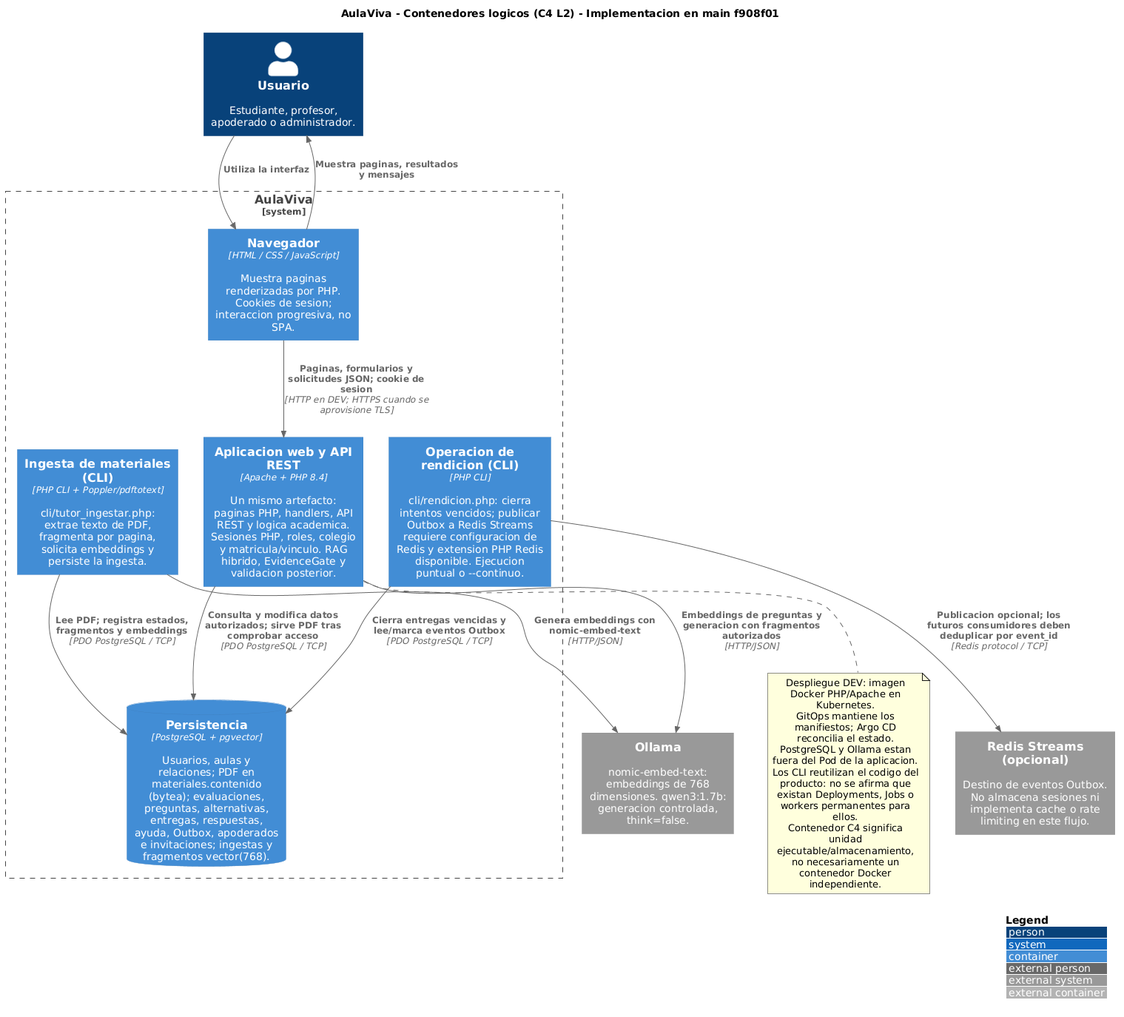
This is docs/c4/l2-container.png from KulkatPOP/Equipo-AulaViva-, a PlantUML export, as it was before one commit. Its diagram source:
```plantuml
@startuml
!include https://raw.githubusercontent.com/plantuml-stdlib/C4-PlantUML/master/C4_Container.puml

LAYOUT_WITH_LEGEND()

title AulaViva - Contenedores logicos (C4 L2) - Implementacion en main f908f01

Person(usuario, "Usuario", "Estudiante, profesor, apoderado o administrador.")
System_Ext(ollama, "Ollama", "nomic-embed-text: embeddings de 768 dimensiones. qwen3:1.7b: generacion controlada, think=false.")
System_Ext(redis, "Redis Streams (opcional)", "Destino de eventos Outbox. No almacena sesiones ni implementa cache o rate limiting en este flujo.")

System_Boundary(producto, "AulaViva") {
    Container(navegador, "Navegador", "HTML / CSS / JavaScript", "Muestra paginas renderizadas por PHP. Cookies de sesion; interaccion progresiva, no SPA.")
    Container(web, "Aplicacion web y API REST", "Apache + PHP 8.4", "Un mismo artefacto: paginas PHP, handlers, API REST y logica academica. Sesiones PHP, roles, colegio y matricula/vinculo. RAG hibrido, EvidenceGate y validacion posterior.")
    Container(ingesta, "Ingesta de materiales (CLI)", "PHP CLI + Poppler/pdftotext", "cli/tutor_ingestar.php: extrae texto de PDF, fragmenta por pagina, solicita embeddings y persiste la ingesta.")
    Container(rendicion, "Operacion de rendicion (CLI)", "PHP CLI", "cli/rendicion.php: cierra intentos vencidos; publicar Outbox a Redis Streams requiere configuracion de Redis y extension PHP Redis disponible. Ejecucion puntual o --continuo.")
    ContainerDb(db, "Persistencia", "PostgreSQL + pgvector", "Usuarios, aulas y relaciones; PDF en materiales.contenido (bytea); evaluaciones, preguntas, alternativas, entregas, respuestas, ayuda, Outbox, apoderados e invitaciones; ingestas y fragmentos vector(768).")
}

Rel(usuario, navegador, "Utiliza la interfaz")
Rel(navegador, usuario, "Muestra paginas, resultados y mensajes")
Rel(navegador, web, "Paginas, formularios y solicitudes JSON; cookie de sesion", "HTTP en DEV; HTTPS cuando se aprovisione TLS")
Rel(web, db, "Consulta y modifica datos autorizados; sirve PDF tras comprobar acceso", "PDO PostgreSQL / TCP")
Rel(web, ollama, "Embeddings de preguntas y generacion con fragmentos autorizados", "HTTP/JSON")
Rel(ingesta, db, "Lee PDF; registra estados, fragmentos y embeddings", "PDO PostgreSQL / TCP")
Rel(ingesta, ollama, "Genera embeddings con nomic-embed-text", "HTTP/JSON")
Rel(rendicion, db, "Cierra entregas vencidas y lee/marca eventos Outbox", "PDO PostgreSQL / TCP")
Rel(rendicion, redis, "Publicacion opcional; los futuros consumidores deben deduplicar por event_id", "Redis protocol / TCP")

note bottom of web
  Despliegue DEV: imagen Docker PHP/Apache en Kubernetes.
  GitOps mantiene los manifiestos; Argo CD reconcilia el estado.
  PostgreSQL y Ollama estan fuera del Pod de la aplicacion.
  Los CLI reutilizan el codigo del producto: no se afirma que
  existan Deployments, Jobs o workers permanentes para ellos.
  Contenedor C4 significa unidad ejecutable/almacenamiento,
  no necesariamente un contenedor Docker independiente.
end note
@enduml
```
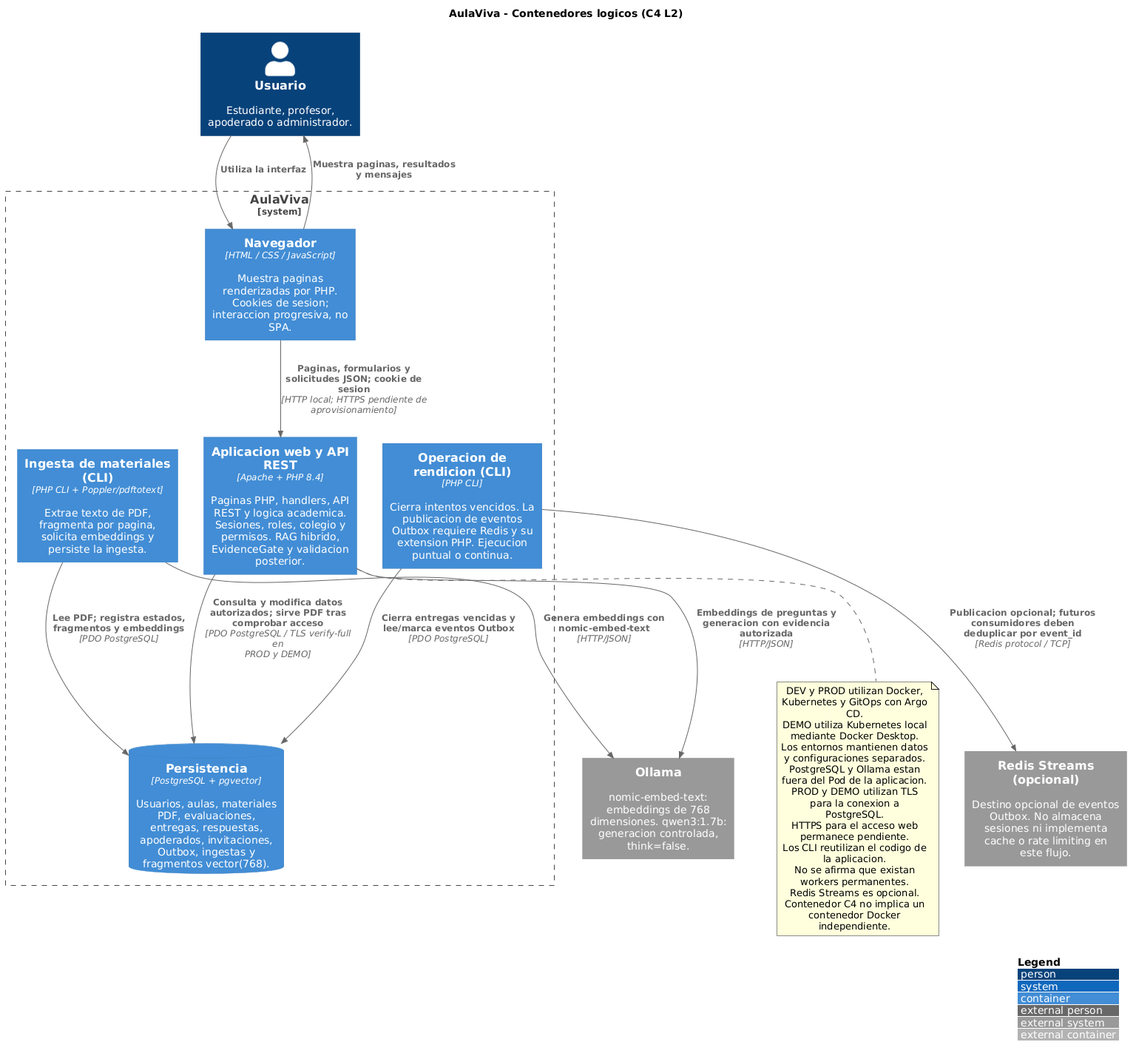
The same file after the commit.

What changed in the source:
```diff
@@ -1,39 +1,58 @@
 @startuml
-!include https://raw.githubusercontent.com/plantuml-stdlib/C4-PlantUML/master/C4_Container.puml
+!include <C4/C4_Container>
 
 LAYOUT_WITH_LEGEND()
 
-title AulaViva - Contenedores logicos (C4 L2) - Implementacion en main f908f01
+title AulaViva - Contenedores logicos (C4 L2)
 
 Person(usuario, "Usuario", "Estudiante, profesor, apoderado o administrador.")
+
 System_Ext(ollama, "Ollama", "nomic-embed-text: embeddings de 768 dimensiones. qwen3:1.7b: generacion controlada, think=false.")
-System_Ext(redis, "Redis Streams (opcional)", "Destino de eventos Outbox. No almacena sesiones ni implementa cache o rate limiting en este flujo.")
+
+System_Ext(redis, "Redis Streams (opcional)", "Destino opcional de eventos Outbox. No almacena sesiones ni implementa cache o rate limiting en este flujo.")
 
 System_Boundary(producto, "AulaViva") {
+
     Container(navegador, "Navegador", "HTML / CSS / JavaScript", "Muestra paginas renderizadas por PHP. Cookies de sesion; interaccion progresiva, no SPA.")
-    Container(web, "Aplicacion web y API REST", "Apache + PHP 8.4", "Un mismo artefacto: paginas PHP, handlers, API REST y logica academica. Sesiones PHP, roles, colegio y matricula/vinculo. RAG hibrido, EvidenceGate y validacion posterior.")
-    Container(ingesta, "Ingesta de materiales (CLI)", "PHP CLI + Poppler/pdftotext", "cli/tutor_ingestar.php: extrae texto de PDF, fragmenta por pagina, solicita embeddings y persiste la ingesta.")
-    Container(rendicion, "Operacion de rendicion (CLI)", "PHP CLI", "cli/rendicion.php: cierra intentos vencidos; publicar Outbox a Redis Streams requiere configuracion de Redis y extension PHP Redis disponible. Ejecucion puntual o --continuo.")
-    ContainerDb(db, "Persistencia", "PostgreSQL + pgvector", "Usuarios, aulas y relaciones; PDF en materiales.contenido (bytea); evaluaciones, preguntas, alternativas, entregas, respuestas, ayuda, Outbox, apoderados e invitaciones; ingestas y fragmentos vector(768).")
+
+    Container(web, "Aplicacion web y API REST", "Apache + PHP 8.4", "Paginas PHP, handlers, API REST y logica academica. Sesiones, roles, colegio y permisos. RAG hibrido, EvidenceGate y validacion posterior.")
+
+    Container(ingesta, "Ingesta de materiales (CLI)", "PHP CLI + Poppler/pdftotext", "Extrae texto de PDF, fragmenta por pagina, solicita embeddings y persiste la ingesta.")
+
+    Container(rendicion, "Operacion de rendicion (CLI)", "PHP CLI", "Cierra intentos vencidos. La publicacion de eventos Outbox requiere Redis y su extension PHP. Ejecucion puntual o continua.")
+
+    ContainerDb(db, "Persistencia", "PostgreSQL + pgvector", "Usuarios, aulas, materiales PDF, evaluaciones, entregas, respuestas, apoderados, invitaciones, Outbox, ingestas y fragmentos vector(768).")
 }
 
 Rel(usuario, navegador, "Utiliza la interfaz")
+
 Rel(navegador, usuario, "Muestra paginas, resultados y mensajes")
-Rel(navegador, web, "Paginas, formularios y solicitudes JSON; cookie de sesion", "HTTP en DEV; HTTPS cuando se aprovisione TLS")
-Rel(web, db, "Consulta y modifica datos autorizados; sirve PDF tras comprobar acceso", "PDO PostgreSQL / TCP")
-Rel(web, ollama, "Embeddings de preguntas y generacion con fragmentos autorizados", "HTTP/JSON")
-Rel(ingesta, db, "Lee PDF; registra estados, fragmentos y embeddings", "PDO PostgreSQL / TCP")
+
+Rel(navegador, web, "Paginas, formularios y solicitudes JSON; cookie de sesion", "HTTP local; HTTPS pendiente de aprovisionamiento")
+
+Rel(web, db, "Consulta y modifica datos autorizados; sirve PDF tras comprobar acceso", "PDO PostgreSQL / TLS verify-full en PROD y DEMO")
+
+Rel(web, ollama, "Embeddings de preguntas y generacion con evidencia autorizada", "HTTP/JSON")
+
+Rel(ingesta, db, "Lee PDF; registra estados, fragmentos y embeddings", "PDO PostgreSQL")
+
 Rel(ingesta, ollama, "Genera embeddings con nomic-embed-text", "HTTP/JSON")
-Rel(rendicion, db, "Cierra entregas vencidas y lee/marca eventos Outbox", "PDO PostgreSQL / TCP")
-Rel(rendicion, redis, "Publicacion opcional; los futuros consumidores deben deduplicar por event_id", "Redis protocol / TCP")
+
+Rel(rendicion, db, "Cierra entregas vencidas y lee/marca eventos Outbox", "PDO PostgreSQL")
+
+Rel(rendicion, redis, "Publicacion opcional; futuros consumidores deben deduplicar por event_id", "Redis protocol / TCP")
 
 note bottom of web
-  Despliegue DEV: imagen Docker PHP/Apache en Kubernetes.
-  GitOps mantiene los manifiestos; Argo CD reconcilia el estado.
+  DEV y PROD utilizan Docker, Kubernetes y GitOps con Argo CD.
+  DEMO utiliza Kubernetes local mediante Docker Desktop.
+  Los entornos mantienen datos y configuraciones separados.
   PostgreSQL y Ollama estan fuera del Pod de la aplicacion.
-  Los CLI reutilizan el codigo del producto: no se afirma que
-  existan Deployments, Jobs o workers permanentes para ellos.
-  Contenedor C4 significa unidad ejecutable/almacenamiento,
-  no necesariamente un contenedor Docker independiente.
+  PROD y DEMO utilizan TLS para la conexion a PostgreSQL.
+  HTTPS para el acceso web permanece pendiente.
+  Los CLI reutilizan el codigo de la aplicacion.
+  No se afirma que existan workers permanentes.
+  Redis Streams es opcional.
+  Contenedor C4 no implica un contenedor Docker independiente.
 end note
+
 @enduml
```
